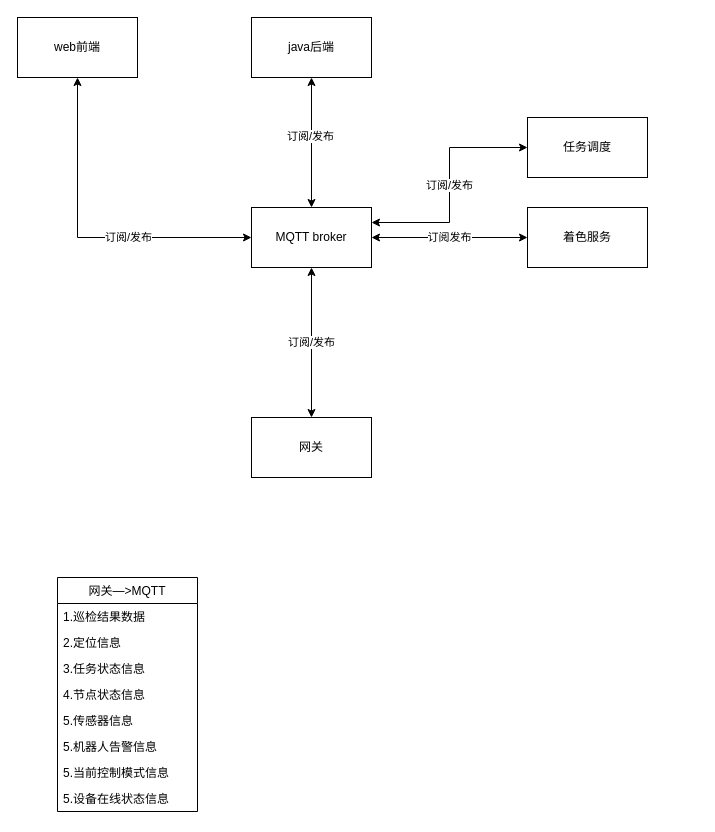
wangyufei0807/draw keeps this draw.io diagram as 站端网关版本.drawio. Above is the earlier version. Source tidied: cells renumbered, new cells numbered last; positions are measured from the earlier drawing's top-left corner, leaving out a move shared by most shapes. Both pictures are drawn from the tidied source at 100%, with x=0, y=0 at pixel (17, 17).
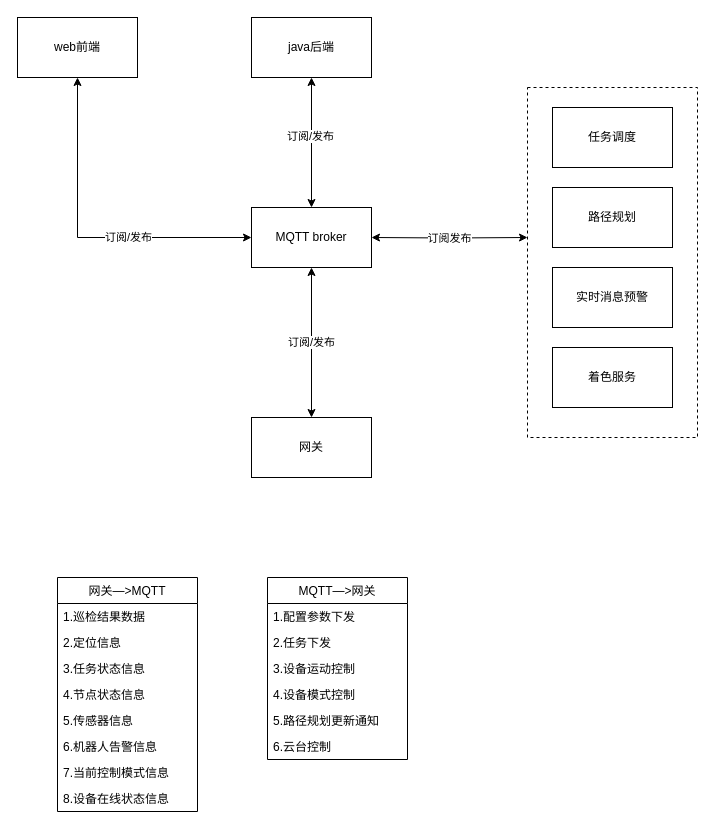
After the change.

Commit message:
更新站端网关版本.drawio

Unchanged cells that the change refers to:
```xml
<mxCell id="6" value="MQTT broker" style="rounded=0;whiteSpace=wrap;html=1;" parent="1" vertex="1">
  <mxGeometry x="234" y="190" width="120" height="60" as="geometry" />
</mxCell>
<mxCell id="15" value="网关—&gt;MQTT" style="swimlane;fontStyle=0;horizontal=1;startSize=26;fillColor=none;" parent="1" vertex="1">
  <mxGeometry x="40" y="560" width="140" height="234" as="geometry" />
</mxCell>
```

Diff of the diagram source:
```diff
@@
-    <mxCell id="11" value="订阅发布" style="edgeStyle=orthogonalEdgeStyle;rounded=0;jettySize=auto;html=1;exitX=0;exitY=0.5;exitDx=0;exitDy=0;entryX=1;entryY=0.5;entryDx=0;entryDy=0;startArrow=classic;startFill=1;" parent="1" edge="1" source="12" target="6">
-      <mxGeometry relative="1" as="geometry" />
+    <mxCell id="11" value="订阅发布" style="edgeStyle=orthogonalEdgeStyle;rounded=0;jettySize=auto;html=1;exitX=0;exitY=0.5;exitDx=0;exitDy=0;entryX=1;entryY=0.5;entryDx=0;entryDy=0;startArrow=classic;startFill=1;" parent="1" edge="1" target="6">
+      <mxGeometry relative="1" as="geometry">
+        <mxPoint x="510" y="220" as="sourcePoint" />
+      </mxGeometry>
     </mxCell>
-    <mxCell id="12" value="着色服务" style="rounded=0;whiteSpace=wrap;html=1;" parent="1" vertex="1">
-      <mxGeometry x="510" y="190" width="120" height="60" as="geometry" />
-    </mxCell>
-    <mxCell id="13" value="订阅/发布" style="edgeStyle=orthogonalEdgeStyle;rounded=0;jettySize=auto;html=1;exitX=0;exitY=0.5;exitDx=0;exitDy=0;entryX=1;entryY=0.25;entryDx=0;entryDy=0;startArrow=classic;startFill=1;" parent="1" edge="1" source="14" target="6">
-      <mxGeometry relative="1" as="geometry" />
-    </mxCell>
-    <mxCell id="14" value="任务调度" style="rounded=0;whiteSpace=wrap;html=1;" parent="1" vertex="1">
-      <mxGeometry x="510" y="100" width="120" height="60" as="geometry" />
-    </mxCell>
@@
-    <mxCell id="21" value="5.机器人告警信息" style="text;strokeColor=none;fillColor=none;align=left;verticalAlign=top;spacingLeft=4;spacingRight=4;overflow=hidden;" parent="15" vertex="1">
+    <mxCell id="21" value="6.机器人告警信息" style="text;strokeColor=none;fillColor=none;align=left;verticalAlign=top;spacingLeft=4;spacingRight=4;overflow=hidden;" parent="15" vertex="1">
       <mxGeometry y="156" width="140" height="26" as="geometry" />
     </mxCell>
-    <mxCell id="22" value="5.当前控制模式信息" style="text;strokeColor=none;fillColor=none;align=left;verticalAlign=top;spacingLeft=4;spacingRight=4;overflow=hidden;" parent="15" vertex="1">
+    <mxCell id="22" value="7.当前控制模式信息" style="text;strokeColor=none;fillColor=none;align=left;verticalAlign=top;spacingLeft=4;spacingRight=4;overflow=hidden;" parent="15" vertex="1">
       <mxGeometry y="182" width="140" height="26" as="geometry" />
     </mxCell>
-    <mxCell id="23" value="5.设备在线状态信息" style="text;strokeColor=none;fillColor=none;align=left;verticalAlign=top;spacingLeft=4;spacingRight=4;overflow=hidden;" parent="15" vertex="1">
+    <mxCell id="23" value="8.设备在线状态信息" style="text;strokeColor=none;fillColor=none;align=left;verticalAlign=top;spacingLeft=4;spacingRight=4;overflow=hidden;" parent="15" vertex="1">
       <mxGeometry y="208" width="140" height="26" as="geometry" />
     </mxCell>
+    <mxCell id="24" value="MQTT—&gt;网关" style="swimlane;fontStyle=0;horizontal=1;startSize=26;fillColor=none;" parent="1" vertex="1">
+      <mxGeometry x="250" y="560" width="140" height="182" as="geometry" />
+    </mxCell>
+    <mxCell id="25" value="1.配置参数下发" style="text;strokeColor=none;fillColor=none;align=left;verticalAlign=top;spacingLeft=4;spacingRight=4;overflow=hidden;" parent="24" vertex="1">
+      <mxGeometry y="26" width="140" height="26" as="geometry" />
+    </mxCell>
+    <mxCell id="26" value="2.任务下发" style="text;strokeColor=none;fillColor=none;align=left;verticalAlign=top;spacingLeft=4;spacingRight=4;overflow=hidden;" parent="24" vertex="1">
+      <mxGeometry y="52" width="140" height="26" as="geometry" />
+    </mxCell>
+    <mxCell id="27" value="3.设备运动控制" style="text;strokeColor=none;fillColor=none;align=left;verticalAlign=top;spacingLeft=4;spacingRight=4;overflow=hidden;" parent="24" vertex="1">
+      <mxGeometry y="78" width="140" height="26" as="geometry" />
+    </mxCell>
+    <mxCell id="28" value="4.设备模式控制" style="text;strokeColor=none;fillColor=none;align=left;verticalAlign=top;spacingLeft=4;spacingRight=4;overflow=hidden;" parent="24" vertex="1">
+      <mxGeometry y="104" width="140" height="26" as="geometry" />
+    </mxCell>
+    <mxCell id="29" value="5.路径规划更新通知" style="text;strokeColor=none;fillColor=none;align=left;verticalAlign=top;spacingLeft=4;spacingRight=4;overflow=hidden;" parent="24" vertex="1">
+      <mxGeometry y="130" width="140" height="26" as="geometry" />
+    </mxCell>
+    <mxCell id="30" value="6.云台控制" style="text;strokeColor=none;fillColor=none;align=left;verticalAlign=top;spacingLeft=4;spacingRight=4;overflow=hidden;" parent="24" vertex="1">
+      <mxGeometry y="156" width="140" height="26" as="geometry" />
+    </mxCell>
+    <mxCell id="31" style="rounded=0;whiteSpace=wrap;html=1;dashed=1;" parent="1" vertex="1">
+      <mxGeometry x="510" y="70" width="170" height="350" as="geometry" />
+    </mxCell>
+    <mxCell id="14" value="任务调度" style="rounded=0;whiteSpace=wrap;html=1;" parent="1" vertex="1">
+      <mxGeometry x="535" y="90" width="120" height="60" as="geometry" />
+    </mxCell>
+    <mxCell id="32" value="路径规划" style="rounded=0;whiteSpace=wrap;html=1;" parent="1" vertex="1">
+      <mxGeometry x="535" y="170" width="120" height="60" as="geometry" />
+    </mxCell>
+    <mxCell id="33" value="实时消息预警" style="rounded=0;whiteSpace=wrap;html=1;" parent="1" vertex="1">
+      <mxGeometry x="535" y="250" width="120" height="60" as="geometry" />
+    </mxCell>
+    <mxCell id="12" value="着色服务" style="rounded=0;whiteSpace=wrap;html=1;" parent="1" vertex="1">
+      <mxGeometry x="535" y="330" width="120" height="60" as="geometry" />
+    </mxCell>
```
